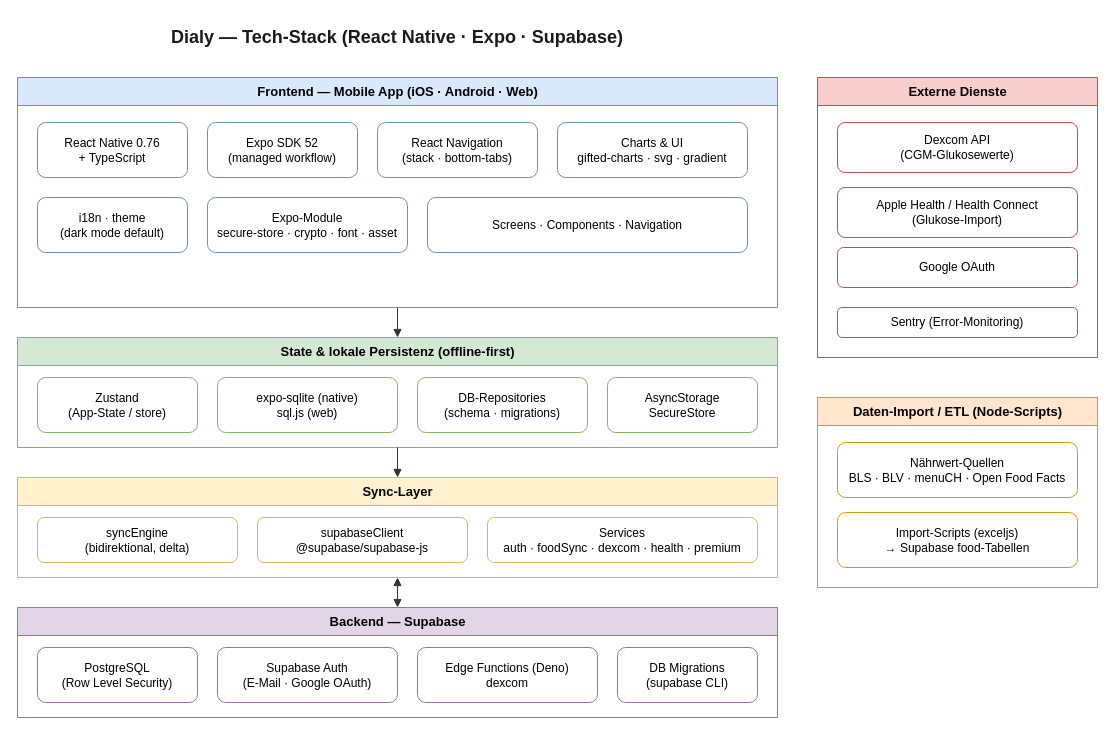
Earlier version of the draw.io diagram docs/tech-stack.drawio (olivierluethy/Dialy). Source tidied: cells renumbered, new cells numbered last; positions are measured from the earlier drawing's top-left corner, leaving out a move shared by most shapes. Both pictures are drawn from the tidied source at 100%, with x=0, y=0 at pixel (17, 17).
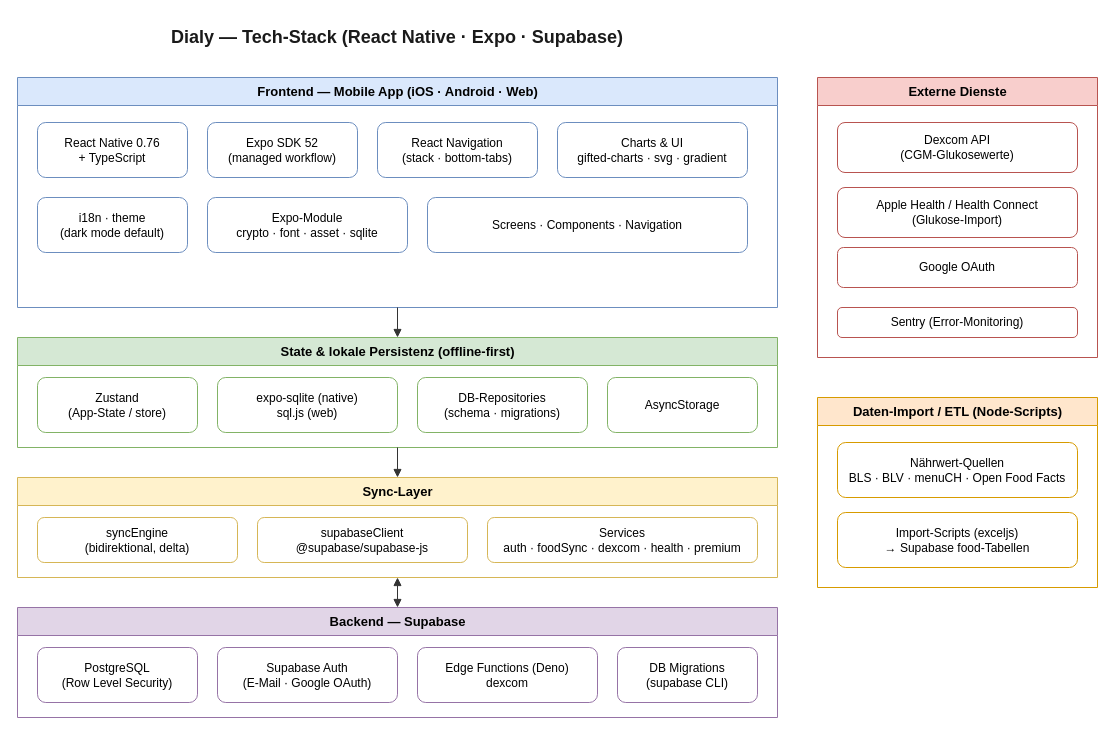
The same diagram, later.

Commit message (it also covers changes not shown here):
chore: remove dead code and unused expo-secure-store dependency

The change refers to these unchanged cells:
```xml
<mxCell id="3" value="Frontend — Mobile App (iOS · Android · Web)" style="swimlane;startSize=28;html=1;fillColor=#dae8fc;strokeColor=#6c8ebf;fontStyle=1;fontSize=13;verticalAlign=top;" parent="1" vertex="1">
  <mxGeometry y="60" width="760" height="230" as="geometry" />
</mxCell>
<mxCell id="11" value="State &amp; lokale Persistenz (offline-first)" style="swimlane;startSize=28;html=1;fillColor=#d5e8d4;strokeColor=#82b366;fontStyle=1;fontSize=13;verticalAlign=top;" parent="1" vertex="1">
  <mxGeometry y="320" width="760" height="110" as="geometry" />
</mxCell>
```

Change to the diagram source:
```diff
@@
-    <mxCell id="9" value="Expo-Module&#10;secure-store · crypto · font · asset" style="rounded=1;whiteSpace=wrap;html=1;fillColor=#ffffff;strokeColor=#6c8ebf;fontSize=12;" parent="3" vertex="1">
+    <mxCell id="9" value="Expo-Module&#10;crypto · font · asset · sqlite" style="rounded=1;whiteSpace=wrap;html=1;fillColor=#ffffff;strokeColor=#6c8ebf;fontSize=12;" parent="3" vertex="1">
       <mxGeometry x="190" y="120" width="200" height="55" as="geometry" />
     </mxCell>
@@
-    <mxCell id="15" value="AsyncStorage&#10;SecureStore" style="rounded=1;whiteSpace=wrap;html=1;fillColor=#ffffff;strokeColor=#82b366;fontSize=12;" parent="11" vertex="1">
+    <mxCell id="15" value="AsyncStorage" style="rounded=1;whiteSpace=wrap;html=1;fillColor=#ffffff;strokeColor=#82b366;fontSize=12;" parent="11" vertex="1">
       <mxGeometry x="590" y="40" width="150" height="55" as="geometry" />
     </mxCell>
```
